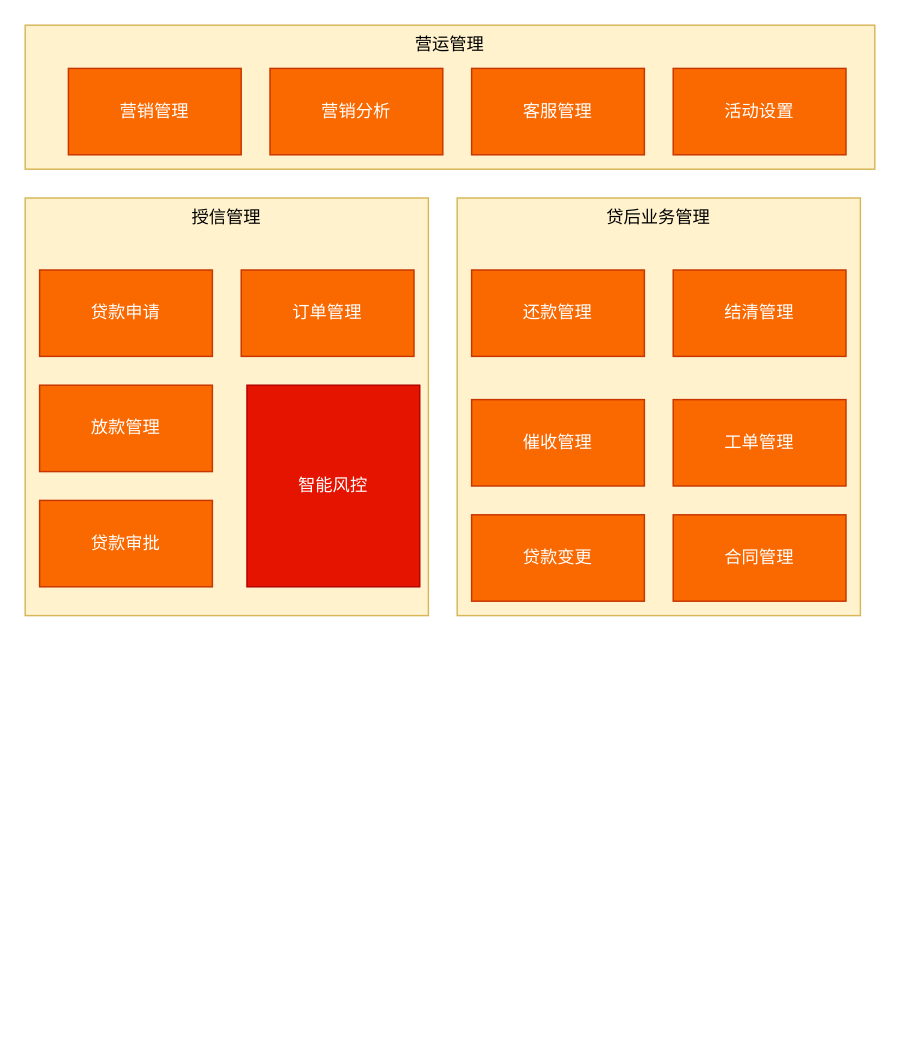
Before: 智能信贷业务应用.drawio in liojian198/Bin-Blog, a draw.io diagram. Source tidied: cells renumbered, new cells numbered last; positions are measured from the earlier drawing's top-left corner, leaving out a move shared by most shapes. Both pictures are drawn from the tidied source at 144%, with x=0, y=0 at pixel (24, 24).
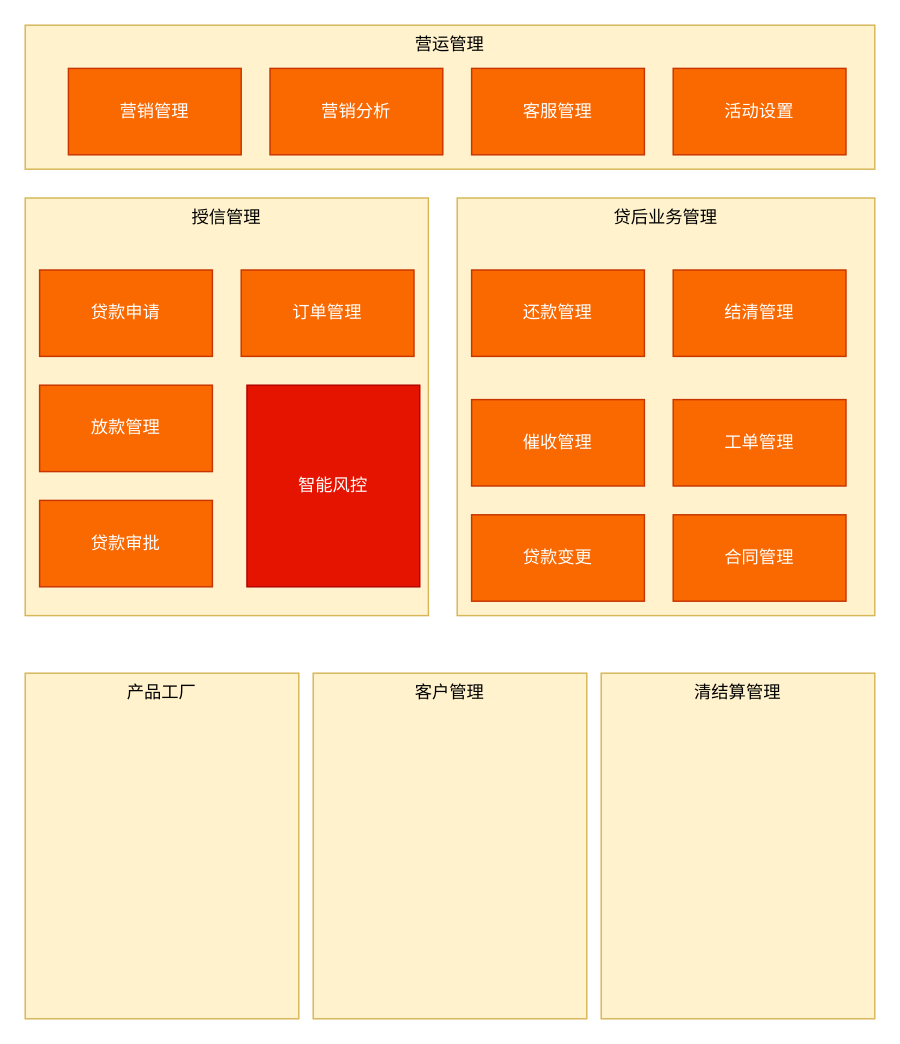
The same diagram, later.

Commit message (it also covers changes not shown here):
更新智能信贷业务应用.drawio

Diff of the diagram source:
```diff
@@
     <mxCell id="13" value="贷后业务管理" style="rounded=0;whiteSpace=wrap;html=1;fillColor=#fff2cc;strokeColor=#d6b656;verticalAlign=top;" parent="1" vertex="1">
-      <mxGeometry x="300" y="120" width="280" height="290" as="geometry" />
+      <mxGeometry x="300" y="120" width="290" height="290" as="geometry" />
     </mxCell>
@@
+    <mxCell id="20" value="产品工厂" style="rounded=0;whiteSpace=wrap;html=1;fillColor=#fff2cc;strokeColor=#d6b656;verticalAlign=top;" parent="1" vertex="1">
+      <mxGeometry y="450" width="190" height="240" as="geometry" />
+    </mxCell>
+    <mxCell id="21" value="客户管理" style="rounded=0;whiteSpace=wrap;html=1;fillColor=#fff2cc;strokeColor=#d6b656;verticalAlign=top;" parent="1" vertex="1">
+      <mxGeometry x="200" y="450" width="190" height="240" as="geometry" />
+    </mxCell>
+    <mxCell id="22" value="清结算管理" style="rounded=0;whiteSpace=wrap;html=1;fillColor=#fff2cc;strokeColor=#d6b656;verticalAlign=top;" parent="1" vertex="1">
+      <mxGeometry x="400" y="450" width="190" height="240" as="geometry" />
+    </mxCell>
```
